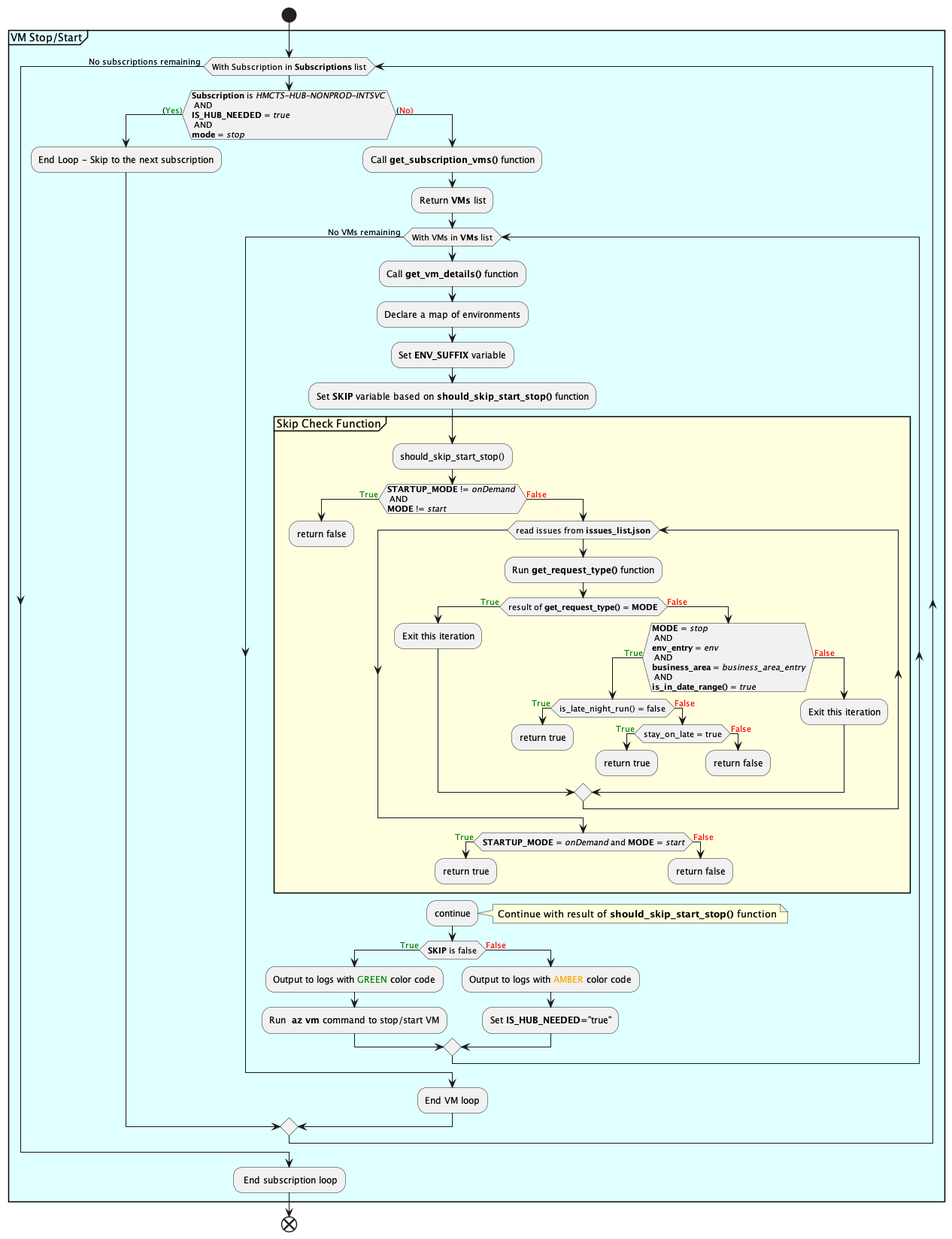
hmcts/auto-shutdown keeps this PlantUML diagram as diagrams/vmStopStart.png. Above is the earlier version. Its source is kept beside it as diagrams/vmStopStart.puml.
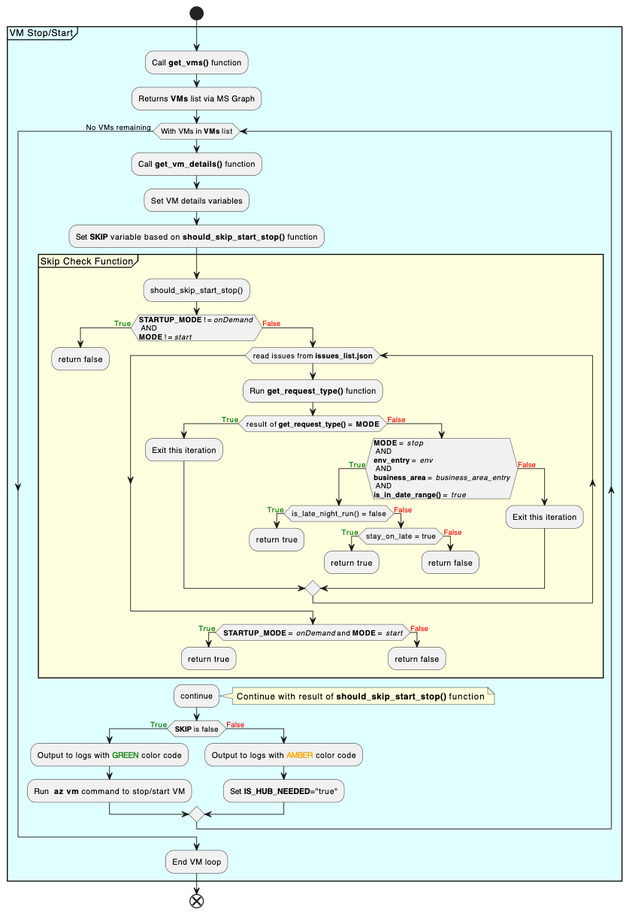
The same diagram one commit later.

What changed in the source:
```diff
@@ -1,16 +1,11 @@
 @startuml vmStopStart
 start
 partition #LightCyan VM Stop/Start {
-while (With Subscription in **Subscriptions** list)
-    if (**Subscription** is //HMCTS-HUB-NONPROD-INTSVC// \n AND \n**IS_HUB_NEEDED** = //true// \n AND \n**mode** = //stop// ) then ((<color:green>Yes))
-        :End Loop - Skip to the next subscription;
-    else ((<color:red>No))
-        :Call **get_subscription_vms()** function;
-        :Return **VMs** list;
+        :Call **get_vms()** function;
+        :Returns **VMs** list via MS Graph;
         while (With VMs in **VMs** list)
             :Call **get_vm_details()** function;
-            :Declare a map of environments;
-            :Set **ENV_SUFFIX** variable;
+            :Set VM details variables;
             :Set **SKIP** variable based on **should_skip_start_stop()** function;
                 partition #LightYellow Skip Check Function {
                     :should_skip_start_stop();
@@ -61,9 +56,6 @@
             endif
         endwhile ( No VMs remaining )
         :End VM loop;
-    endif
-endwhile ( No subscriptions remaining )
-: End subscription loop;
 }
 end
 @enduml
```
